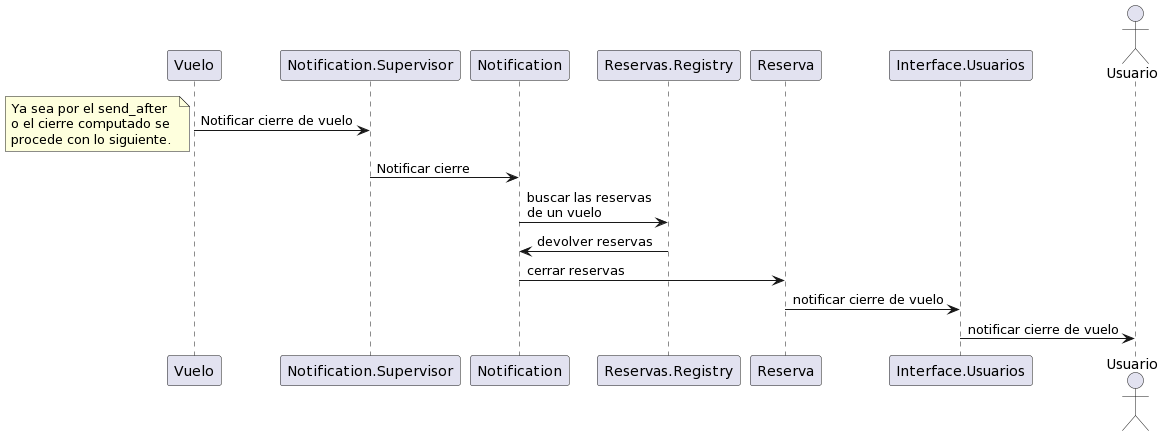
Above: docs/diagrams/Secuencia Cierre de vuelo.png in NicoMadd/levantar-vuelo (PlantUML), before the change.
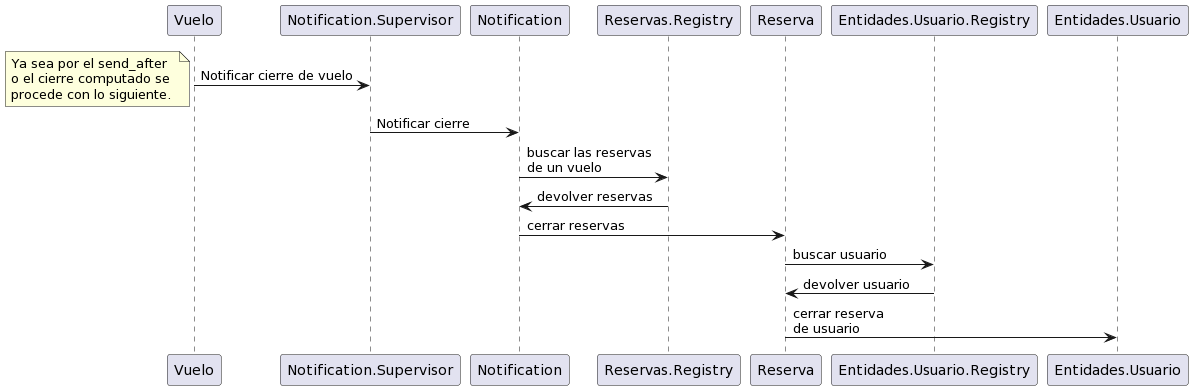
The same file after the commit.

Commit message:
arreglo secuencia de cierre de vuelo

The edit, as a diff of the source:
```diff
@@ -4,8 +4,7 @@
 participant Notification
 participant Reservas.Registry
 participant Reserva
-participant Interface.Usuarios
-actor Usuario
+participant Entidades.Usuario.Registry
 
 Vuelo -> Notification.Supervisor: Notificar cierre de vuelo
 note left: Ya sea por el send_after \no el cierre computado se \nprocede con lo siguiente.
@@ -13,6 +12,7 @@
 Notification -> Reservas.Registry: buscar las reservas\nde un vuelo
 Reservas.Registry -> Notification: devolver reservas
 Notification -> Reserva: cerrar reservas
-Reserva -> Interface.Usuarios: notificar cierre de vuelo
-Interface.Usuarios -> Usuario: notificar cierre de vuelo
+Reserva -> Entidades.Usuario.Registry: buscar usuario
+Entidades.Usuario.Registry -> Reserva: devolver usuario
+Reserva -> Entidades.Usuario: cerrar reserva\nde usuario
 @enduml
```
